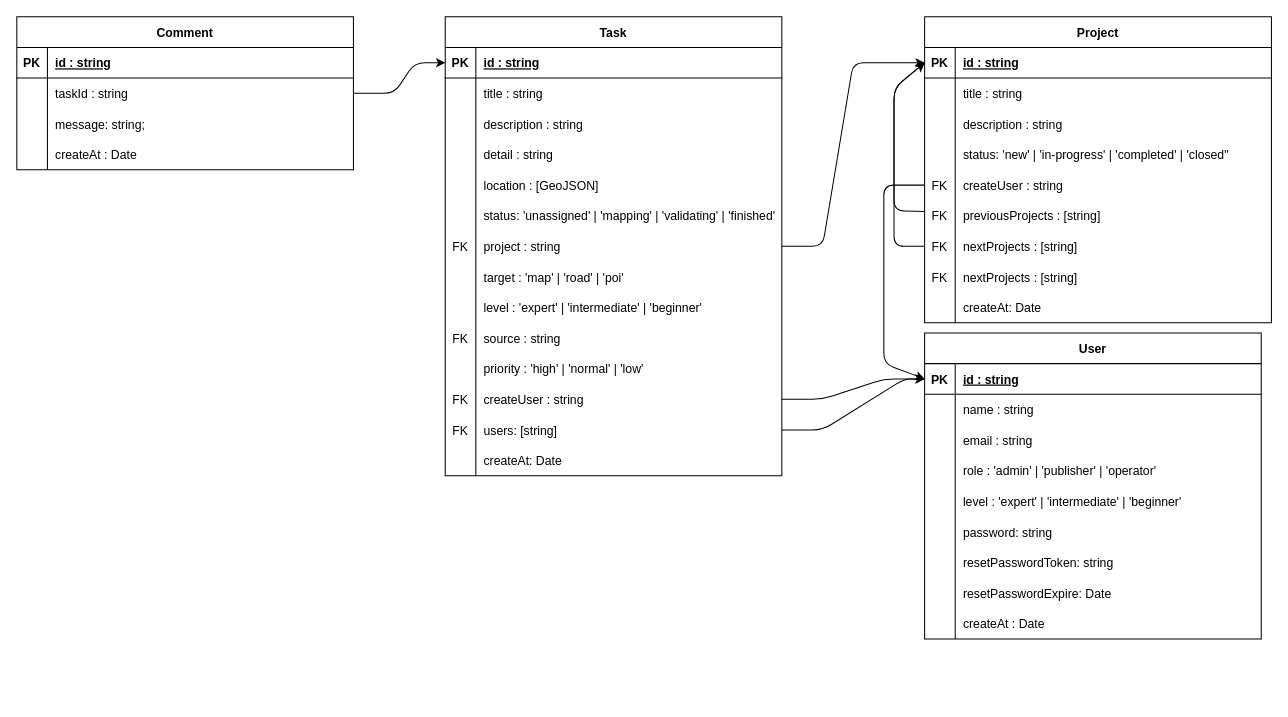
This is doc/db-design.drawio from shomrkm/map-masking-manager, a draw.io file, before an edit. Source tidied: cells renumbered, new cells numbered last; positions are measured from the earlier drawing's top-left corner, leaving out a move shared by most shapes. Both pictures are drawn from the tidied source at 102%, with x=0, y=0 at pixel (16, 16).
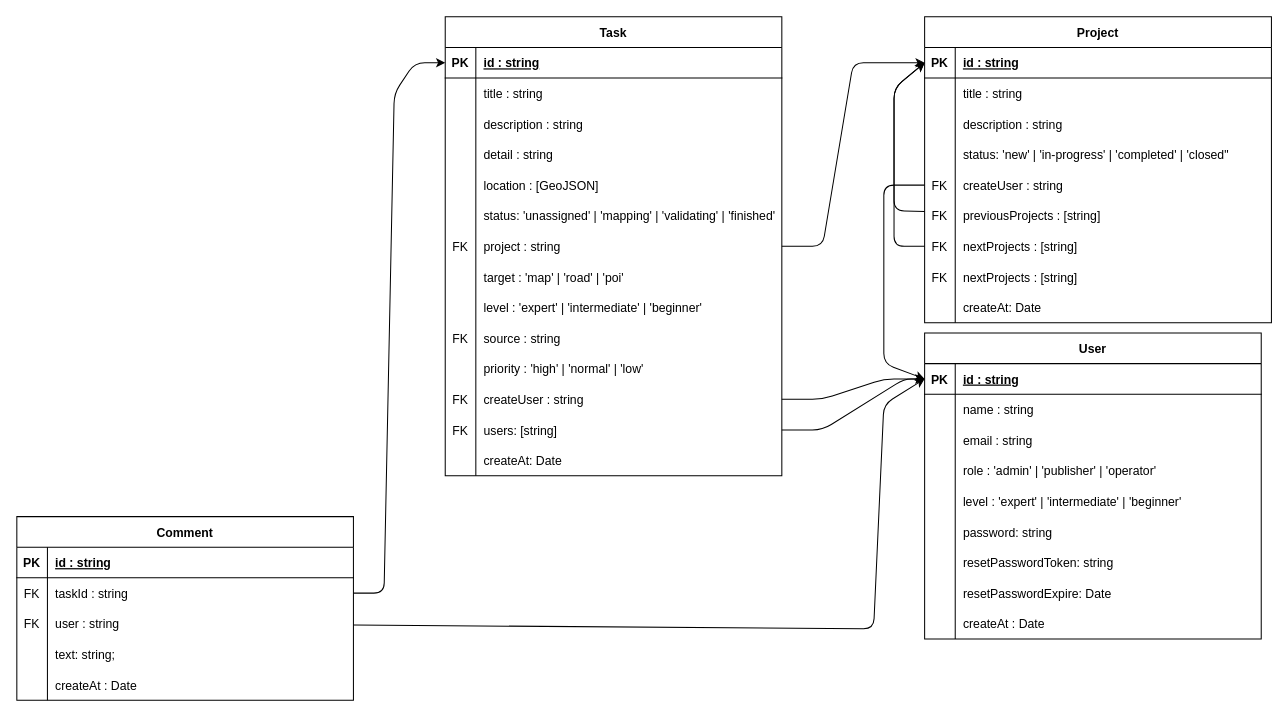
The same diagram, later.

The change refers to these unchanged cells:
```xml
<mxCell id="3" style="shape=partialRectangle;fillColor=none;top=0;left=0;bottom=1;right=0;points=[[0,0.5],[1,0.5]];portConstraint=eastwest;" parent="2" vertex="1">
  <mxGeometry y="30" width="330" height="30" as="geometry" />
</mxCell>
<mxCell id="77" style="shape=partialRectangle;fillColor=none;top=0;left=0;bottom=1;right=0;points=[[0,0.5],[1,0.5]];portConstraint=eastwest;" parent="76" vertex="1">
  <mxGeometry y="30" width="330" height="30" as="geometry" />
</mxCell>
<mxCell id="111" style="shape=partialRectangle;fillColor=none;top=0;left=0;bottom=0;right=0;points=[[0,0.5],[1,0.5]];portConstraint=eastwest;" parent="107" vertex="1">
  <mxGeometry y="60" width="330" height="30" as="geometry" />
</mxCell>
```

The edit, as a diff of the source:
```diff
@@
     <mxCell id="107" value="Comment" style="shape=table;startSize=30;childLayout=tableLayout;rowLines=0;fontStyle=1;align=center;" parent="1" vertex="1">
-      <mxGeometry width="330" height="150" as="geometry" />
+      <mxGeometry y="490" width="330" height="180" as="geometry" />
     </mxCell>
@@
-    <mxCell id="112" style="shape=partialRectangle;fillColor=none;top=0;left=0;bottom=0;right=0;overflow=hidden;" parent="111" vertex="1">
+    <mxCell id="112" value="FK" style="shape=partialRectangle;fillColor=none;top=0;left=0;bottom=0;right=0;overflow=hidden;" parent="111" vertex="1">
       <mxGeometry width="30" height="30" as="geometry" />
     </mxCell>
@@
+    <mxCell id="121" style="shape=partialRectangle;fillColor=none;top=0;left=0;bottom=0;right=0;points=[[0,0.5],[1,0.5]];portConstraint=eastwest;" parent="107" vertex="1">
+      <mxGeometry y="90" width="330" height="30" as="geometry" />
+    </mxCell>
+    <mxCell id="122" value="FK" style="shape=partialRectangle;fillColor=none;top=0;left=0;bottom=0;right=0;overflow=hidden;" parent="121" vertex="1">
+      <mxGeometry width="30" height="30" as="geometry" />
+    </mxCell>
+    <mxCell id="123" value="user : string" style="shape=partialRectangle;fillColor=none;top=0;left=0;bottom=0;right=0;align=left;spacingLeft=6;overflow=hidden;" parent="121" vertex="1">
+      <mxGeometry x="30" width="300" height="30" as="geometry" />
+    </mxCell>
     <mxCell id="114" style="shape=partialRectangle;fillColor=none;top=0;left=0;bottom=0;right=0;" parent="107" vertex="1">
-      <mxGeometry y="90" width="330" height="30" as="geometry" />
+      <mxGeometry y="120" width="330" height="30" as="geometry" />
     </mxCell>
@@
-    <mxCell id="116" value="message: string;" style="shape=partialRectangle;fillColor=none;top=0;left=0;bottom=0;right=0;align=left;spacingLeft=6;overflow=hidden;" parent="114" vertex="1">
+    <mxCell id="116" value="text: string;" style="shape=partialRectangle;fillColor=none;top=0;left=0;bottom=0;right=0;align=left;spacingLeft=6;overflow=hidden;" parent="114" vertex="1">
       <mxGeometry x="30" width="300" height="30" as="geometry" />
     </mxCell>
     <mxCell id="117" style="shape=partialRectangle;fillColor=none;top=0;left=0;bottom=0;right=0;" parent="107" vertex="1">
-      <mxGeometry y="120" width="330" height="30" as="geometry" />
+      <mxGeometry y="150" width="330" height="30" as="geometry" />
     </mxCell>
@@
     <mxCell id="120" style="edgeStyle=none;html=1;entryX=0;entryY=0.5;entryDx=0;entryDy=0;exitX=1;exitY=0.5;exitDx=0;exitDy=0;" parent="1" edge="1" source="111" target="3">
       <mxGeometry relative="1" as="geometry">
         <Array as="points">
+          <mxPoint x="360" y="565" />
           <mxPoint x="370" y="75" />
           <mxPoint x="390" y="45" />
         </Array>
       </mxGeometry>
     </mxCell>
+    <mxCell id="124" style="edgeStyle=none;html=1;entryX=0;entryY=0.5;entryDx=0;entryDy=0;" parent="1" edge="1" source="121" target="77">
+      <mxGeometry relative="1" as="geometry">
+        <Array as="points">
+          <mxPoint x="840" y="600" />
+          <mxPoint x="850" y="380" />
+        </Array>
+      </mxGeometry>
+    </mxCell>
```
